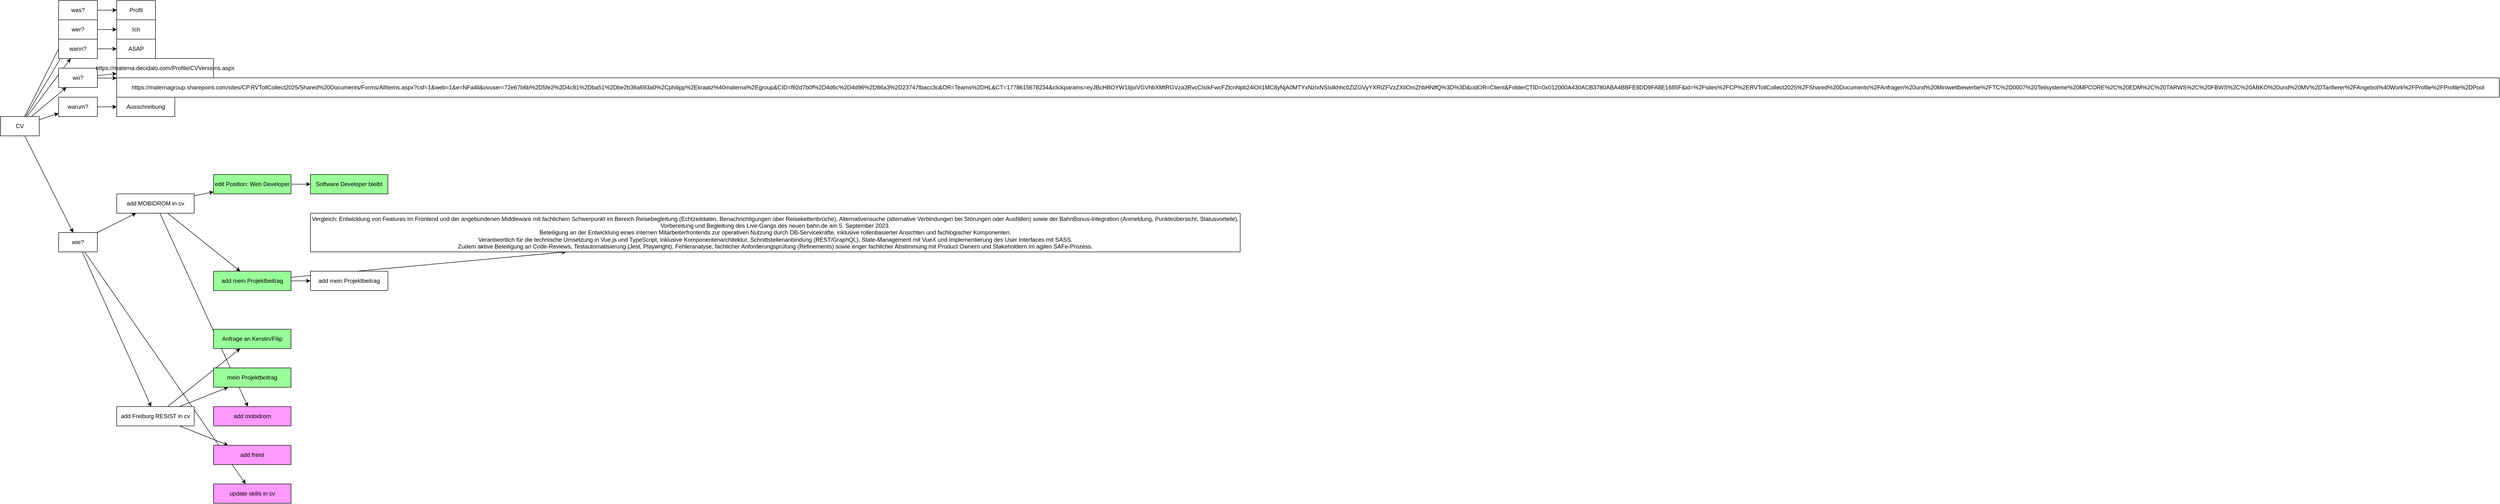
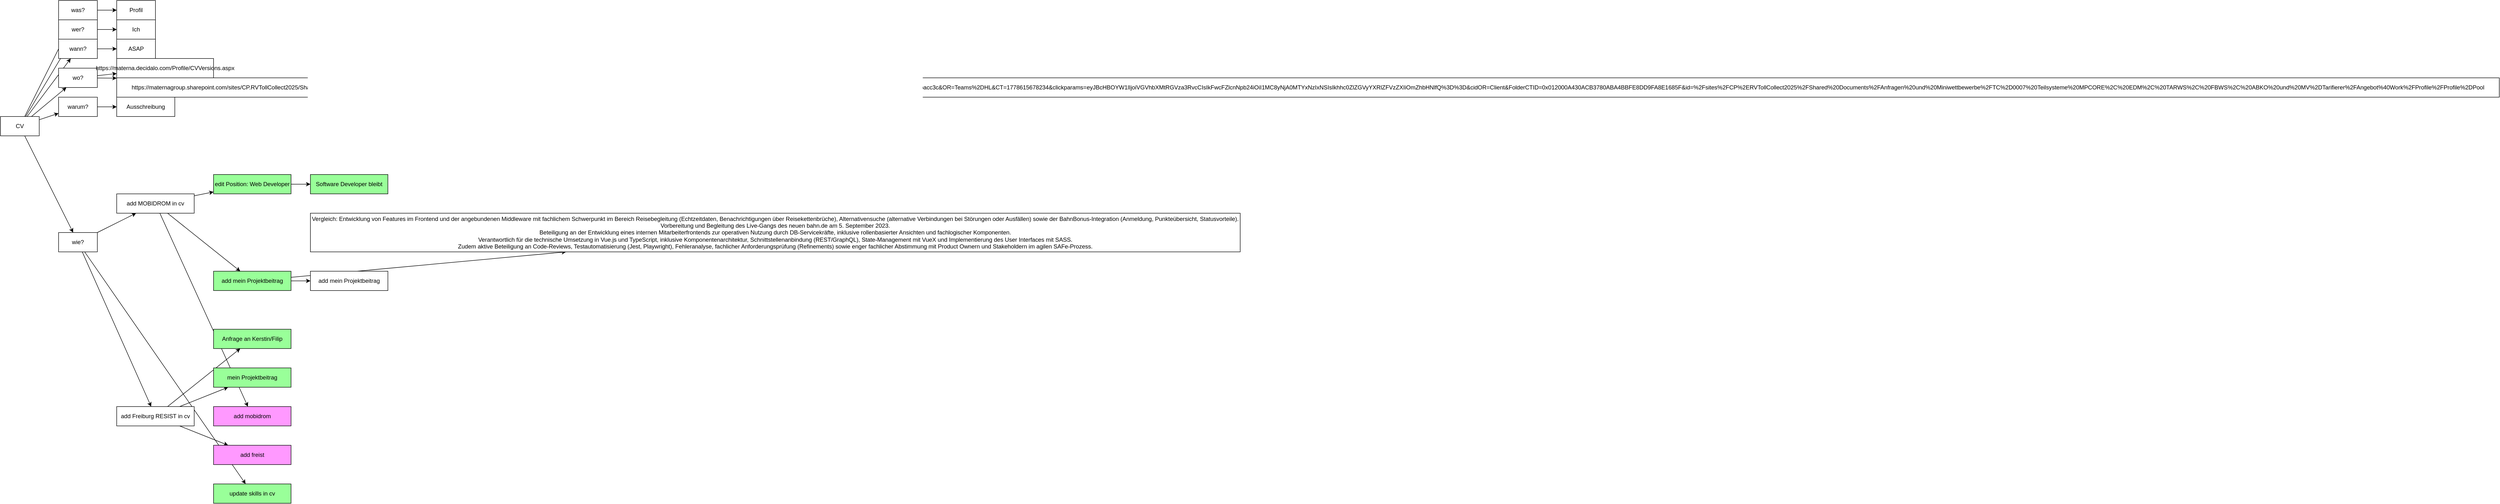
<mxfile host="app.diagrams.net">
  <diagram name="Page-1" id="OTpAghzZXSN5S58TuXOj">
    <mxGraphModel dx="950" dy="673" grid="1" gridSize="10" guides="1" tooltips="1" connect="1" arrows="1" fold="1" page="1" pageScale="1" pageWidth="850" pageHeight="1100" math="0" shadow="0">
      <root>
        <mxCell id="0" />
        <mxCell id="1" parent="0" />
        <mxCell id="9IMP9UL_tGp2nxQO3D5Y-3" edge="1" parent="1" source="9IMP9UL_tGp2nxQO3D5Y-1" style="rounded=0;orthogonalLoop=1;jettySize=auto;html=1;" target="9IMP9UL_tGp2nxQO3D5Y-2" value="">
          <mxGeometry relative="1" as="geometry" />
        </mxCell>
        <mxCell id="9IMP9UL_tGp2nxQO3D5Y-10" edge="1" parent="1" source="9IMP9UL_tGp2nxQO3D5Y-1" style="edgeStyle=none;rounded=0;orthogonalLoop=1;jettySize=auto;html=1;" target="9IMP9UL_tGp2nxQO3D5Y-6" value="">
          <mxGeometry relative="1" as="geometry" />
        </mxCell>
        <mxCell id="9IMP9UL_tGp2nxQO3D5Y-14" edge="1" parent="1" source="9IMP9UL_tGp2nxQO3D5Y-1" style="edgeStyle=none;rounded=0;orthogonalLoop=1;jettySize=auto;html=1;" target="9IMP9UL_tGp2nxQO3D5Y-11" value="">
          <mxGeometry relative="1" as="geometry" />
        </mxCell>
        <mxCell id="9IMP9UL_tGp2nxQO3D5Y-16" edge="1" parent="1" source="9IMP9UL_tGp2nxQO3D5Y-1" style="edgeStyle=none;rounded=0;orthogonalLoop=1;jettySize=auto;html=1;" target="9IMP9UL_tGp2nxQO3D5Y-15" value="">
          <mxGeometry relative="1" as="geometry" />
        </mxCell>
        <mxCell id="9IMP9UL_tGp2nxQO3D5Y-24" edge="1" parent="1" source="9IMP9UL_tGp2nxQO3D5Y-1" style="edgeStyle=none;rounded=0;orthogonalLoop=1;jettySize=auto;html=1;" target="9IMP9UL_tGp2nxQO3D5Y-21" value="">
          <mxGeometry relative="1" as="geometry" />
        </mxCell>
        <mxCell id="9IMP9UL_tGp2nxQO3D5Y-26" edge="1" parent="1" source="9IMP9UL_tGp2nxQO3D5Y-1" style="edgeStyle=none;rounded=0;orthogonalLoop=1;jettySize=auto;html=1;" target="9IMP9UL_tGp2nxQO3D5Y-25" value="">
          <mxGeometry relative="1" as="geometry" />
        </mxCell>
        <mxCell id="9IMP9UL_tGp2nxQO3D5Y-1" parent="1" style="rounded=0;whiteSpace=wrap;html=1;" value="CV" vertex="1">
          <mxGeometry height="40" width="80" x="40" y="280" as="geometry" />
        </mxCell>
        <mxCell id="9IMP9UL_tGp2nxQO3D5Y-5" edge="1" parent="1" source="9IMP9UL_tGp2nxQO3D5Y-2" style="rounded=0;orthogonalLoop=1;jettySize=auto;html=1;" target="9IMP9UL_tGp2nxQO3D5Y-4" value="">
          <mxGeometry relative="1" as="geometry" />
        </mxCell>
        <mxCell id="9IMP9UL_tGp2nxQO3D5Y-2" parent="1" style="rounded=0;whiteSpace=wrap;html=1;" value="was?" vertex="1">
          <mxGeometry height="40" width="80" x="160" y="40" as="geometry" />
        </mxCell>
        <mxCell id="9IMP9UL_tGp2nxQO3D5Y-4" parent="1" style="rounded=0;whiteSpace=wrap;html=1;" value="Profil" vertex="1">
          <mxGeometry height="40" width="80" x="280" y="40" as="geometry" />
        </mxCell>
        <mxCell id="9IMP9UL_tGp2nxQO3D5Y-8" edge="1" parent="1" source="9IMP9UL_tGp2nxQO3D5Y-6" style="rounded=0;orthogonalLoop=1;jettySize=auto;html=1;" target="9IMP9UL_tGp2nxQO3D5Y-7" value="">
          <mxGeometry relative="1" as="geometry" />
        </mxCell>
        <mxCell id="9IMP9UL_tGp2nxQO3D5Y-6" parent="1" style="rounded=0;whiteSpace=wrap;html=1;" value="wer?" vertex="1">
          <mxGeometry height="40" width="80" x="160" y="80" as="geometry" />
        </mxCell>
        <mxCell id="9IMP9UL_tGp2nxQO3D5Y-7" parent="1" style="rounded=0;whiteSpace=wrap;html=1;" value="Ich" vertex="1">
          <mxGeometry height="40" width="80" x="280" y="80" as="geometry" />
        </mxCell>
        <mxCell id="9IMP9UL_tGp2nxQO3D5Y-13" edge="1" parent="1" source="9IMP9UL_tGp2nxQO3D5Y-11" style="edgeStyle=none;rounded=0;orthogonalLoop=1;jettySize=auto;html=1;" target="9IMP9UL_tGp2nxQO3D5Y-12" value="">
          <mxGeometry relative="1" as="geometry" />
        </mxCell>
        <mxCell id="9IMP9UL_tGp2nxQO3D5Y-11" parent="1" style="rounded=0;whiteSpace=wrap;html=1;" value="wann?" vertex="1">
          <mxGeometry height="40" width="80" x="160" y="120" as="geometry" />
        </mxCell>
        <mxCell id="9IMP9UL_tGp2nxQO3D5Y-12" parent="1" style="rounded=0;whiteSpace=wrap;html=1;" value="ASAP" vertex="1">
          <mxGeometry height="40" width="80" x="280" y="120" as="geometry" />
        </mxCell>
        <mxCell id="9IMP9UL_tGp2nxQO3D5Y-18" edge="1" parent="1" source="9IMP9UL_tGp2nxQO3D5Y-15" style="edgeStyle=none;rounded=0;orthogonalLoop=1;jettySize=auto;html=1;" target="9IMP9UL_tGp2nxQO3D5Y-17" value="">
          <mxGeometry relative="1" as="geometry" />
        </mxCell>
        <mxCell id="9IMP9UL_tGp2nxQO3D5Y-20" edge="1" parent="1" source="9IMP9UL_tGp2nxQO3D5Y-15" style="edgeStyle=none;rounded=0;orthogonalLoop=1;jettySize=auto;html=1;" target="9IMP9UL_tGp2nxQO3D5Y-19" value="">
          <mxGeometry relative="1" as="geometry" />
        </mxCell>
        <mxCell id="9IMP9UL_tGp2nxQO3D5Y-15" parent="1" style="rounded=0;whiteSpace=wrap;html=1;" value="wo?" vertex="1">
          <mxGeometry height="40" width="80" x="160" y="180" as="geometry" />
        </mxCell>
        <mxCell id="9IMP9UL_tGp2nxQO3D5Y-17" parent="1" style="rounded=0;whiteSpace=wrap;html=1;" value="https://materna.decidalo.com/Profile/CVVersions.aspx" vertex="1">
          <mxGeometry height="40" width="200" x="280" y="160" as="geometry" />
        </mxCell>
        <mxCell id="9IMP9UL_tGp2nxQO3D5Y-19" parent="1" style="rounded=0;whiteSpace=wrap;html=1;" value="https://maternagroup.sharepoint.com/sites/CP.RVTollCollect2025/Shared%20Documents/Forms/AllItems.aspx?csf=1&amp;amp;web=1&amp;amp;e=NFa4il&amp;amp;ovuser=72e67b6b%2D5fe2%2D4c81%2Dba51%2Dbe2b36a693a0%2Cphilipp%2Ekraatz%40materna%2Egroup&amp;amp;CID=f92d7b0f%2D4d6c%2D4d96%2D86a3%2D23747fbacc3c&amp;amp;OR=Teams%2DHL&amp;amp;CT=1778615678234&amp;amp;clickparams=eyJBcHBOYW1lIjoiVGVhbXMtRGVza3RvcCIsIkFwcFZlcnNpb24iOiI1MC8yNjA0MTYxNzIxNSIsIkhhc0ZlZGVyYXRlZFVzZXIiOmZhbHNlfQ%3D%3D&amp;amp;cidOR=Client&amp;amp;FolderCTID=0x012000A430ACB3780ABA4BBFE8DD9FA8E1685F&amp;amp;id=%2Fsites%2FCP%2ERVTollCollect2025%2FShared%20Documents%2FAnfragen%20und%20Miniwettbewerbe%2FTC%2D0007%20Teilsysteme%20MPCORE%2C%20EDM%2C%20TARWS%2C%20FBWS%2C%20ABKO%20und%20MV%2DTarifierer%2FAngebot%40Work%2FProfile%2FProfile%2DPool" vertex="1">
          <mxGeometry height="40" width="4920" x="280" y="200" as="geometry" />
        </mxCell>
        <mxCell id="9IMP9UL_tGp2nxQO3D5Y-23" edge="1" parent="1" source="9IMP9UL_tGp2nxQO3D5Y-21" style="edgeStyle=none;rounded=0;orthogonalLoop=1;jettySize=auto;html=1;" target="9IMP9UL_tGp2nxQO3D5Y-22" value="">
          <mxGeometry relative="1" as="geometry" />
        </mxCell>
        <mxCell id="9IMP9UL_tGp2nxQO3D5Y-21" parent="1" style="rounded=0;whiteSpace=wrap;html=1;" value="warum?" vertex="1">
          <mxGeometry height="40" width="80" x="160" y="240" as="geometry" />
        </mxCell>
        <mxCell id="9IMP9UL_tGp2nxQO3D5Y-22" parent="1" style="rounded=0;whiteSpace=wrap;html=1;" value="Ausschreibung" vertex="1">
          <mxGeometry height="40" width="120" x="280" y="240" as="geometry" />
        </mxCell>
        <mxCell id="9IMP9UL_tGp2nxQO3D5Y-28" edge="1" parent="1" source="9IMP9UL_tGp2nxQO3D5Y-25" style="edgeStyle=none;rounded=0;orthogonalLoop=1;jettySize=auto;html=1;" target="9IMP9UL_tGp2nxQO3D5Y-27" value="">
          <mxGeometry relative="1" as="geometry" />
        </mxCell>
        <mxCell id="9IMP9UL_tGp2nxQO3D5Y-30" edge="1" parent="1" source="9IMP9UL_tGp2nxQO3D5Y-25" style="edgeStyle=none;rounded=0;orthogonalLoop=1;jettySize=auto;html=1;" target="9IMP9UL_tGp2nxQO3D5Y-29" value="">
          <mxGeometry relative="1" as="geometry" />
        </mxCell>
        <mxCell id="9IMP9UL_tGp2nxQO3D5Y-32" edge="1" parent="1" source="9IMP9UL_tGp2nxQO3D5Y-25" style="edgeStyle=none;rounded=0;orthogonalLoop=1;jettySize=auto;html=1;" target="9IMP9UL_tGp2nxQO3D5Y-31" value="">
          <mxGeometry relative="1" as="geometry" />
        </mxCell>
        <mxCell id="9IMP9UL_tGp2nxQO3D5Y-25" parent="1" style="rounded=0;whiteSpace=wrap;html=1;" value="wie?" vertex="1">
          <mxGeometry height="40" width="80" x="160" y="520" as="geometry" />
        </mxCell>
-         <mxCell id="9IMP9UL_tGp2nxQO3D5Y-27" parent="1" style="rounded=0;whiteSpace=wrap;html=1;fillColor=#FF99FF;" value="update skills in cv" vertex="1">
+         <mxCell id="9IMP9UL_tGp2nxQO3D5Y-27" parent="1" style="rounded=0;whiteSpace=wrap;html=1;fillColor=#99FF99;" value="update skills in cv" vertex="1">
          <mxGeometry height="40" width="160" x="480" y="1040" as="geometry" />
        </mxCell>
        <mxCell id="9IMP9UL_tGp2nxQO3D5Y-34" edge="1" parent="1" source="9IMP9UL_tGp2nxQO3D5Y-29" style="edgeStyle=none;rounded=0;orthogonalLoop=1;jettySize=auto;html=1;" target="9IMP9UL_tGp2nxQO3D5Y-33" value="">
          <mxGeometry relative="1" as="geometry" />
        </mxCell>
        <mxCell id="9IMP9UL_tGp2nxQO3D5Y-39" edge="1" parent="1" source="9IMP9UL_tGp2nxQO3D5Y-29" style="edgeStyle=none;rounded=0;orthogonalLoop=1;jettySize=auto;html=1;" target="9IMP9UL_tGp2nxQO3D5Y-38" value="">
          <mxGeometry relative="1" as="geometry" />
        </mxCell>
        <mxCell id="9IMP9UL_tGp2nxQO3D5Y-49" edge="1" parent="1" source="9IMP9UL_tGp2nxQO3D5Y-29" style="edgeStyle=none;rounded=0;orthogonalLoop=1;jettySize=auto;html=1;" target="9IMP9UL_tGp2nxQO3D5Y-48" value="">
          <mxGeometry relative="1" as="geometry" />
        </mxCell>
        <mxCell id="9IMP9UL_tGp2nxQO3D5Y-29" parent="1" style="rounded=0;whiteSpace=wrap;html=1;" value="add MOBIDROM in cv" vertex="1">
          <mxGeometry height="40" width="160" x="280" y="440" as="geometry" />
        </mxCell>
        <mxCell id="9IMP9UL_tGp2nxQO3D5Y-45" edge="1" parent="1" source="9IMP9UL_tGp2nxQO3D5Y-31" style="edgeStyle=none;rounded=0;orthogonalLoop=1;jettySize=auto;html=1;" target="9IMP9UL_tGp2nxQO3D5Y-44" value="">
          <mxGeometry relative="1" as="geometry" />
        </mxCell>
        <mxCell id="9IMP9UL_tGp2nxQO3D5Y-47" edge="1" parent="1" source="9IMP9UL_tGp2nxQO3D5Y-31" style="edgeStyle=none;rounded=0;orthogonalLoop=1;jettySize=auto;html=1;" target="9IMP9UL_tGp2nxQO3D5Y-46" value="">
          <mxGeometry relative="1" as="geometry" />
        </mxCell>
        <mxCell id="9IMP9UL_tGp2nxQO3D5Y-51" edge="1" parent="1" source="9IMP9UL_tGp2nxQO3D5Y-31" style="edgeStyle=none;rounded=0;orthogonalLoop=1;jettySize=auto;html=1;" target="9IMP9UL_tGp2nxQO3D5Y-50" value="">
          <mxGeometry relative="1" as="geometry" />
        </mxCell>
        <mxCell id="9IMP9UL_tGp2nxQO3D5Y-31" parent="1" style="rounded=0;whiteSpace=wrap;html=1;" value="add Freiburg RESIST in cv" vertex="1">
          <mxGeometry height="40" width="160" x="280" y="880" as="geometry" />
        </mxCell>
        <mxCell id="9IMP9UL_tGp2nxQO3D5Y-36" edge="1" parent="1" source="9IMP9UL_tGp2nxQO3D5Y-33" style="edgeStyle=none;rounded=0;orthogonalLoop=1;jettySize=auto;html=1;" target="9IMP9UL_tGp2nxQO3D5Y-35" value="">
          <mxGeometry relative="1" as="geometry" />
        </mxCell>
        <mxCell id="9IMP9UL_tGp2nxQO3D5Y-33" parent="1" style="rounded=0;whiteSpace=wrap;html=1;fillColor=#99FF99;" value="edit Position: Web Developer" vertex="1">
          <mxGeometry height="40" width="160" x="480" y="400" as="geometry" />
        </mxCell>
        <mxCell id="9IMP9UL_tGp2nxQO3D5Y-35" parent="1" style="rounded=0;whiteSpace=wrap;html=1;fillColor=#99FF99;" value="Software Developer bleibt" vertex="1">
          <mxGeometry height="40" width="160" x="680" y="400" as="geometry" />
        </mxCell>
        <mxCell id="9IMP9UL_tGp2nxQO3D5Y-41" edge="1" parent="1" source="9IMP9UL_tGp2nxQO3D5Y-38" style="edgeStyle=none;rounded=0;orthogonalLoop=1;jettySize=auto;html=1;" target="9IMP9UL_tGp2nxQO3D5Y-40" value="">
          <mxGeometry relative="1" as="geometry" />
        </mxCell>
        <mxCell id="9IMP9UL_tGp2nxQO3D5Y-43" edge="1" parent="1" source="9IMP9UL_tGp2nxQO3D5Y-38" style="edgeStyle=none;rounded=0;orthogonalLoop=1;jettySize=auto;html=1;" target="9IMP9UL_tGp2nxQO3D5Y-42" value="">
          <mxGeometry relative="1" as="geometry" />
        </mxCell>
        <mxCell id="9IMP9UL_tGp2nxQO3D5Y-38" parent="1" style="rounded=0;whiteSpace=wrap;html=1;fillColor=#99FF99;" value="add mein Projektbeitrag" vertex="1">
          <mxGeometry height="40" width="160" x="480" y="600" as="geometry" />
        </mxCell>
        <mxCell id="9IMP9UL_tGp2nxQO3D5Y-40" parent="1" style="rounded=0;whiteSpace=wrap;html=1;" value="Vergleich: Entwicklung von Features im Frontend und der angebundenen Middleware mit fachlichem Schwerpunkt im Bereich Reisebegleitung (Echtzeitdaten, Benachrichtigungen über Reisekettenbrüche), Alternativensuche (alternative Verbindungen bei Störungen oder Ausfällen) sowie der BahnBonus-Integration (Anmeldung, Punkteübersicht, Statusvorteile).&lt;br&gt;Vorbereitung und Begleitung des Live-Gangs des neuen bahn.de am 5. September 2023.&lt;br&gt;Beteiligung an der Entwicklung eines internen Mitarbeiterfrontends zur operativen Nutzung durch DB-Servicekräfte, inklusive rollenbasierter Ansichten und fachlogischer Komponenten.&lt;br&gt;Verantwortlich für die technische Umsetzung in Vue.js und TypeScript, inklusive Komponentenarchitektur, Schnittstellenanbindung (REST/GraphQL), State-Management mit VueX und Implementierung des User Interfaces mit SASS.&lt;br&gt;Zudem aktive Beteiligung an Code-Reviews, Testautomatisierung (Jest, Playwright), Fehleranalyse, fachlicher Anforderungsprüfung (Refinements) sowie enger fachlicher Abstimmung mit Product Ownern und Stakeholdern im agilen SAFe-Prozess." vertex="1">
          <mxGeometry height="80" width="1920" x="680" y="480" as="geometry" />
        </mxCell>
        <mxCell id="9IMP9UL_tGp2nxQO3D5Y-42" parent="1" style="rounded=0;whiteSpace=wrap;html=1;" value="add mein Projektbeitrag" vertex="1">
          <mxGeometry height="40" width="160" x="680" y="600" as="geometry" />
        </mxCell>
        <mxCell id="9IMP9UL_tGp2nxQO3D5Y-44" parent="1" style="rounded=0;whiteSpace=wrap;html=1;fillColor=#99FF99;" value="Anfrage an Kerstin/Filip" vertex="1">
          <mxGeometry height="40" width="160" x="480" y="720" as="geometry" />
        </mxCell>
        <mxCell id="9IMP9UL_tGp2nxQO3D5Y-46" parent="1" style="rounded=0;whiteSpace=wrap;html=1;fillColor=#99FF99;" value="mein Projektbeitrag" vertex="1">
          <mxGeometry height="40" width="160" x="480" y="800" as="geometry" />
        </mxCell>
        <mxCell id="9IMP9UL_tGp2nxQO3D5Y-48" parent="1" style="rounded=0;whiteSpace=wrap;html=1;fillColor=#FF99FF;" value="add mobidrom" vertex="1">
          <mxGeometry height="40" width="160" x="480" y="880" as="geometry" />
        </mxCell>
        <mxCell id="9IMP9UL_tGp2nxQO3D5Y-50" parent="1" style="rounded=0;whiteSpace=wrap;html=1;fillColor=#FF99FF;" value="add freist" vertex="1">
          <mxGeometry height="40" width="160" x="480" y="960" as="geometry" />
        </mxCell>
      </root>
    </mxGraphModel>
  </diagram>
</mxfile>
